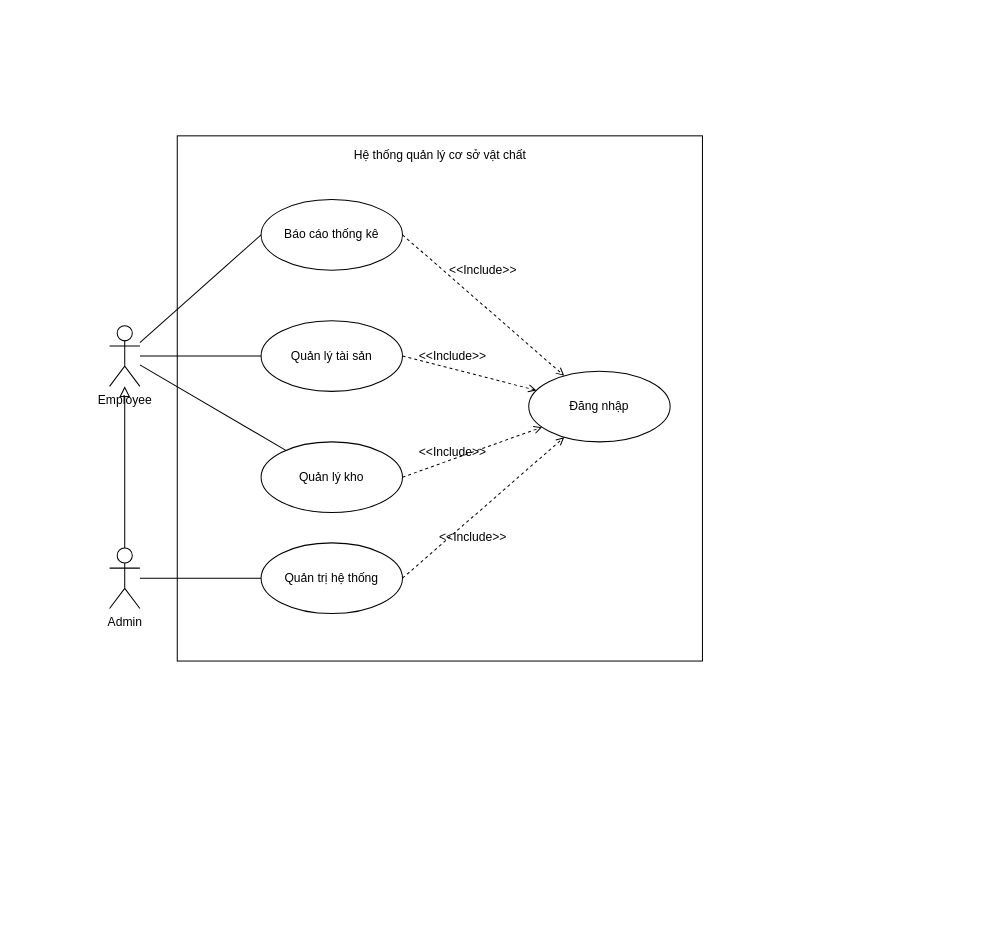
Earlier version of the draw.io diagram page "UC1" (1 of 5) of PJ 2B usecase diagram.drawio (LocalHost127000/OODA). Source tidied: cells renumbered, new cells numbered last; positions are measured from the earlier drawing's top-left corner, leaving out a move shared by most shapes. Both pictures are drawn from the tidied source at 101%, with x=0, y=0 at pixel (109, 135).
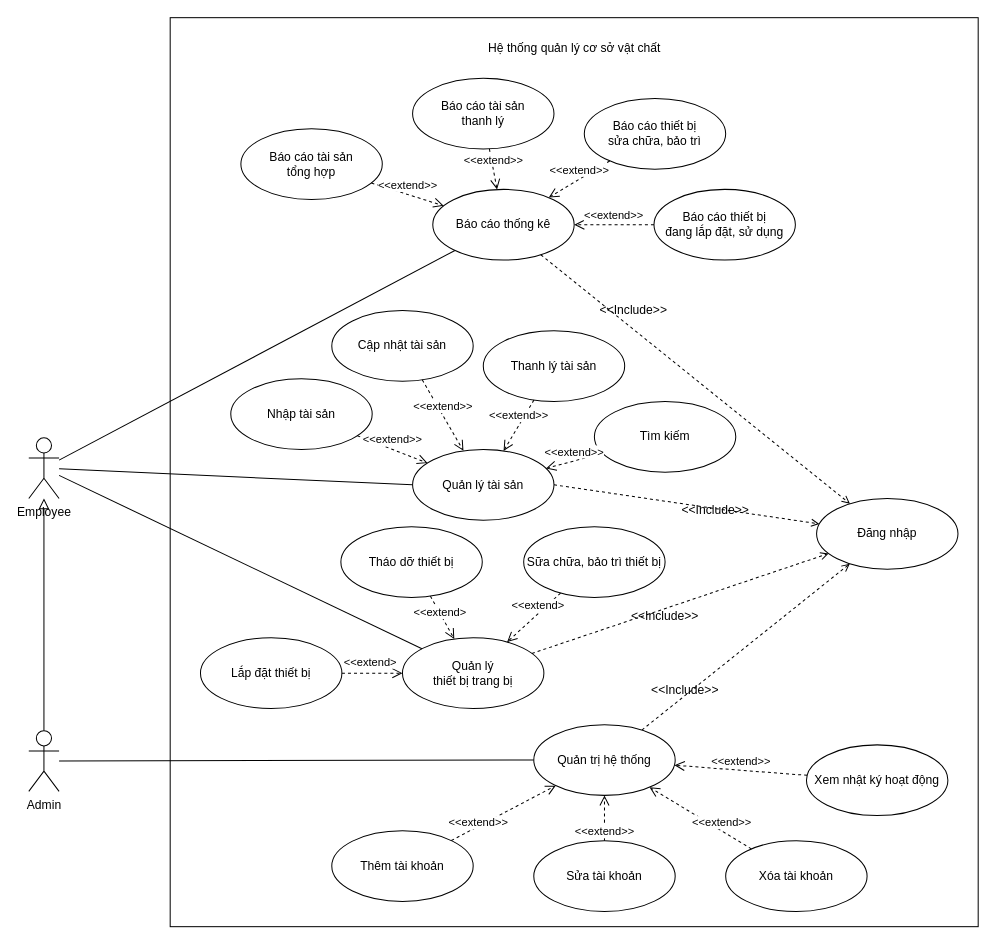
The same diagram, later.

The edit, as a diff of the source:
```diff
@@
     <mxCell id="2" style="rounded=0;whiteSpace=wrap;html=1;fillColor=none;" parent="1" vertex="1">
-      <mxGeometry x="67" width="520" height="520" as="geometry" />
+      <mxGeometry x="60" y="-117" width="800" height="900" as="geometry" />
     </mxCell>
@@
     <mxCell id="5" value="Admin" style="shape=umlActor;verticalLabelPosition=bottom;verticalAlign=top;html=1;outlineConnect=0;" parent="1" vertex="1">
-      <mxGeometry y="408" width="30" height="60" as="geometry" />
+      <mxGeometry x="-80" y="589" width="30" height="60" as="geometry" />
     </mxCell>
-    <mxCell id="6" style="edgeStyle=none;rounded=0;jettySize=auto;html=1;entryX=0;entryY=0.5;entryDx=0;entryDy=0;startSize=6;endArrow=none;endFill=0;strokeWidth=1;" parent="1" edge="1" source="7" target="13">
+    <mxCell id="6" style="edgeStyle=none;rounded=0;jettySize=auto;html=1;startSize=6;endArrow=none;endFill=0;strokeWidth=1;" parent="1" edge="1" source="7" target="13">
       <mxGeometry relative="1" as="geometry" />
     </mxCell>
     <mxCell id="7" value="Employee" style="shape=umlActor;verticalLabelPosition=bottom;verticalAlign=top;html=1;outlineConnect=0;" parent="1" vertex="1">
-      <mxGeometry y="188" width="30" height="60" as="geometry" />
+      <mxGeometry x="-80" y="299" width="30" height="60" as="geometry" />
     </mxCell>
-    <mxCell id="8" style="edgeStyle=none;rounded=0;jettySize=auto;html=1;startSize=6;endArrow=open;endFill=0;strokeWidth=1;exitX=1;exitY=0.5;exitDx=0;exitDy=0;dashed=1;" parent="1" edge="1" source="9" target="16">
+    <mxCell id="8" style="edgeStyle=none;rounded=0;jettySize=auto;html=1;startSize=6;endArrow=open;endFill=0;strokeWidth=1;dashed=1;" parent="1" edge="1" source="9" target="16">
       <mxGeometry relative="1" as="geometry" />
     </mxCell>
     <mxCell id="9" value="Quản trị hệ thống" style="ellipse;whiteSpace=wrap;html=1;" parent="1" vertex="1">
-      <mxGeometry x="150" y="403" width="140" height="70" as="geometry" />
+      <mxGeometry x="420" y="583" width="140" height="70" as="geometry" />
     </mxCell>
-    <mxCell id="10" style="edgeStyle=none;rounded=0;jettySize=auto;html=1;exitX=1;exitY=0.5;exitDx=0;exitDy=0;dashed=1;startSize=6;endArrow=open;endFill=0;strokeWidth=1;" parent="1" edge="1" source="11" target="16">
+    <mxCell id="10" style="edgeStyle=none;rounded=0;jettySize=auto;html=1;dashed=1;startSize=6;endArrow=open;endFill=0;strokeWidth=1;exitX=1;exitY=0.5;exitDx=0;exitDy=0;" parent="1" edge="1" source="15" target="16">
       <mxGeometry relative="1" as="geometry" />
     </mxCell>
-    <mxCell id="11" value="Quản lý tài sản" style="ellipse;whiteSpace=wrap;html=1;" parent="1" vertex="1">
-      <mxGeometry x="150" y="183" width="140" height="70" as="geometry" />
-    </mxCell>
-    <mxCell id="12" style="edgeStyle=none;rounded=0;jettySize=auto;html=1;dashed=1;startSize=6;endArrow=open;endFill=0;strokeWidth=1;exitX=1;exitY=0.5;exitDx=0;exitDy=0;" parent="1" edge="1" source="13" target="16">
+    <mxCell id="12" style="edgeStyle=none;rounded=0;jettySize=auto;html=1;dashed=1;startSize=6;endArrow=open;endFill=0;strokeWidth=1;" parent="1" edge="1" source="13" target="16">
       <mxGeometry relative="1" as="geometry" />
     </mxCell>
     <mxCell id="13" value="Báo cáo thống kê" style="ellipse;whiteSpace=wrap;html=1;" parent="1" vertex="1">
-      <mxGeometry x="150" y="63" width="140" height="70" as="geometry" />
+      <mxGeometry x="320" y="53" width="140" height="70" as="geometry" />
     </mxCell>
-    <mxCell id="14" style="edgeStyle=none;rounded=0;jettySize=auto;html=1;dashed=1;startSize=6;endArrow=open;endFill=0;strokeWidth=1;exitX=1;exitY=0.5;exitDx=0;exitDy=0;" parent="1" edge="1" source="15" target="16">
+    <mxCell id="14" style="edgeStyle=none;rounded=0;jettySize=auto;html=1;dashed=1;startSize=6;endArrow=open;endFill=0;strokeWidth=1;" parent="1" edge="1" source="27" target="16">
       <mxGeometry relative="1" as="geometry" />
     </mxCell>
-    <mxCell id="15" value="Quản lý kho" style="ellipse;whiteSpace=wrap;html=1;" parent="1" vertex="1">
-      <mxGeometry x="150" y="303" width="140" height="70" as="geometry" />
+    <mxCell id="15" value="Quản lý tài sản" style="ellipse;whiteSpace=wrap;html=1;" parent="1" vertex="1">
+      <mxGeometry x="300" y="310.5" width="140" height="70" as="geometry" />
     </mxCell>
     <mxCell id="16" value="Đăng nhập" style="ellipse;whiteSpace=wrap;html=1;" parent="1" vertex="1">
-      <mxGeometry x="415" y="233" width="140" height="70" as="geometry" />
+      <mxGeometry x="700" y="359" width="140" height="70" as="geometry" />
     </mxCell>
     <mxCell id="17" value="&amp;lt;&amp;lt;Include&amp;gt;&amp;gt;" style="text;html=1;strokeColor=none;fillColor=none;align=center;verticalAlign=middle;whiteSpace=wrap;rounded=0;" parent="1" vertex="1">
-      <mxGeometry x="350" y="123" width="40" height="20" as="geometry" />
+      <mxGeometry x="550" y="539" width="40" height="20" as="geometry" />
     </mxCell>
     <mxCell id="18" value="&amp;lt;&amp;lt;Include&amp;gt;&amp;gt;" style="text;html=1;strokeColor=none;fillColor=none;align=center;verticalAlign=middle;whiteSpace=wrap;rounded=0;" parent="1" vertex="1">
-      <mxGeometry x="340" y="388" width="40" height="20" as="geometry" />
+      <mxGeometry x="530" y="466" width="40" height="20" as="geometry" />
     </mxCell>
     <mxCell id="19" value="&amp;lt;&amp;lt;Include&amp;gt;&amp;gt;" style="text;html=1;strokeColor=none;fillColor=none;align=center;verticalAlign=middle;whiteSpace=wrap;rounded=0;" parent="1" vertex="1">
-      <mxGeometry x="320" y="208" width="40" height="20" as="geometry" />
+      <mxGeometry x="580" y="360.5" width="40" height="20" as="geometry" />
     </mxCell>
     <mxCell id="20" value="&amp;lt;&amp;lt;Include&amp;gt;&amp;gt;" style="text;html=1;strokeColor=none;fillColor=none;align=center;verticalAlign=middle;whiteSpace=wrap;rounded=0;" parent="1" vertex="1">
-      <mxGeometry x="320" y="303" width="40" height="20" as="geometry" />
+      <mxGeometry x="499" y="163" width="40" height="20" as="geometry" />
     </mxCell>
     <mxCell id="21" value="Hệ thống quản lý cơ sở vật chất" style="text;html=1;strokeColor=none;fillColor=none;align=center;verticalAlign=middle;whiteSpace=wrap;rounded=0;" parent="1" vertex="1">
-      <mxGeometry x="212.5" y="9" width="229" height="20" as="geometry" />
+      <mxGeometry x="345.5" y="-97" width="229" height="20" as="geometry" />
     </mxCell>
-    <mxCell id="22" style="endArrow=none;html=1;strokeWidth=1;" parent="1" edge="1" source="11" target="7">
+    <mxCell id="22" style="endArrow=none;html=1;strokeWidth=1;" parent="1" edge="1" source="27" target="7">
       <mxGeometry relative="1" as="geometry" />
     </mxCell>
-    <mxCell id="23" style="endArrow=none;html=1;strokeWidth=1;" parent="1" edge="1" source="7" target="15">
+    <mxCell id="23" style="endArrow=none;html=1;strokeWidth=1;entryX=0;entryY=0.5;entryDx=0;entryDy=0;" parent="1" edge="1" source="7" target="15">
       <mxGeometry relative="1" as="geometry" />
     </mxCell>
+    <mxCell id="24" value="Lắp đặt thiết bị" style="ellipse;whiteSpace=wrap;html=1;fillColor=none;" parent="1" vertex="1">
+      <mxGeometry x="90" y="497" width="140" height="70" as="geometry" />
+    </mxCell>
+    <mxCell id="25" value="Tháo dỡ thiết bị" style="ellipse;whiteSpace=wrap;html=1;fillColor=none;" parent="1" vertex="1">
+      <mxGeometry x="229" y="387" width="140" height="70" as="geometry" />
+    </mxCell>
+    <mxCell id="26" value="Sữa chữa, bảo trì thiết bị" style="ellipse;whiteSpace=wrap;html=1;fillColor=none;" parent="1" vertex="1">
+      <mxGeometry x="410" y="387" width="140" height="70" as="geometry" />
+    </mxCell>
+    <mxCell id="27" value="Quản lý&lt;br&gt;thiết bị trang bị" style="ellipse;whiteSpace=wrap;html=1;fillColor=none;" parent="1" vertex="1">
+      <mxGeometry x="290" y="497" width="140" height="70" as="geometry" />
+    </mxCell>
+    <mxCell id="28" value="&amp;lt;&amp;lt;extend&amp;gt;" style="html=1;verticalAlign=bottom;endArrow=open;dashed=1;endSize=8;strokeWidth=1;" parent="1" edge="1" source="24" target="27">
+      <mxGeometry x="-0.06" y="2" relative="1" as="geometry" />
+    </mxCell>
+    <mxCell id="29" value="&amp;lt;&amp;lt;extend&amp;gt;" style="html=1;verticalAlign=bottom;endArrow=open;dashed=1;endSize=8;strokeWidth=1;" parent="1" edge="1" source="25" target="27">
+      <mxGeometry x="0.1" y="-4" relative="1" as="geometry" />
+    </mxCell>
+    <mxCell id="30" value="&amp;lt;&amp;lt;extend&amp;gt;" style="html=1;verticalAlign=bottom;endArrow=open;dashed=1;endSize=8;strokeWidth=1;" parent="1" edge="1" source="26" target="27">
+      <mxGeometry x="-0.15" y="1" relative="1" as="geometry" />
+    </mxCell>
+    <mxCell id="31" value="Cập nhật&amp;nbsp;tài sản" style="ellipse;whiteSpace=wrap;html=1;fillColor=none;" parent="1" vertex="1">
+      <mxGeometry x="220" y="173" width="140" height="70" as="geometry" />
+    </mxCell>
+    <mxCell id="32" value="Nhập tài sản" style="ellipse;whiteSpace=wrap;html=1;fillColor=none;" parent="1" vertex="1">
+      <mxGeometry x="120" y="240.5" width="140" height="70" as="geometry" />
+    </mxCell>
+    <mxCell id="33" value="&amp;lt;&amp;lt;extend&amp;gt;&amp;gt;" style="html=1;verticalAlign=bottom;endArrow=open;dashed=1;endSize=8;strokeWidth=1;" parent="1" edge="1" source="32" target="15">
+      <mxGeometry relative="1" as="geometry" />
+    </mxCell>
+    <mxCell id="34" value="&amp;lt;&amp;lt;extend&amp;gt;&amp;gt;" style="html=1;verticalAlign=bottom;endArrow=open;dashed=1;endSize=8;strokeWidth=1;" parent="1" edge="1" source="31" target="15">
+      <mxGeometry relative="1" as="geometry" />
+    </mxCell>
+    <mxCell id="35" value="Thanh lý tài sản" style="ellipse;whiteSpace=wrap;html=1;" parent="1" vertex="1">
+      <mxGeometry x="370" y="193" width="140" height="70" as="geometry" />
+    </mxCell>
+    <mxCell id="36" value="&amp;lt;&amp;lt;extend&amp;gt;&amp;gt;" style="html=1;verticalAlign=bottom;endArrow=open;dashed=1;endSize=8;strokeWidth=1;" parent="1" edge="1" source="35" target="15">
+      <mxGeometry relative="1" as="geometry" />
+    </mxCell>
+    <mxCell id="37" value="Báo cáo tài sản&lt;br&gt;tổng hợp" style="ellipse;whiteSpace=wrap;html=1;" parent="1" vertex="1">
+      <mxGeometry x="130" y="-7" width="140" height="70" as="geometry" />
+    </mxCell>
+    <mxCell id="38" value="Báo cáo tài sản&lt;br&gt;thanh lý" style="ellipse;whiteSpace=wrap;html=1;" parent="1" vertex="1">
+      <mxGeometry x="300" y="-57" width="140" height="70" as="geometry" />
+    </mxCell>
+    <mxCell id="39" value="Báo cáo thiết bị&lt;br&gt;sửa chữa, bảo trì" style="ellipse;whiteSpace=wrap;html=1;" parent="1" vertex="1">
+      <mxGeometry x="470" y="-37" width="140" height="70" as="geometry" />
+    </mxCell>
+    <mxCell id="40" value="Báo cáo thiết bị&lt;br&gt;đang lắp đặt, sử dụng" style="ellipse;whiteSpace=wrap;html=1;" parent="1" vertex="1">
+      <mxGeometry x="539" y="53" width="140" height="70" as="geometry" />
+    </mxCell>
+    <mxCell id="41" value="&amp;lt;&amp;lt;extend&amp;gt;&amp;gt;" style="html=1;verticalAlign=bottom;endArrow=open;dashed=1;endSize=8;strokeWidth=1;" parent="1" edge="1" source="37" target="13">
+      <mxGeometry relative="1" as="geometry" />
+    </mxCell>
+    <mxCell id="42" value="&amp;lt;&amp;lt;extend&amp;gt;&amp;gt;" style="html=1;verticalAlign=bottom;endArrow=open;dashed=1;endSize=8;strokeWidth=1;" parent="1" edge="1" source="38" target="13">
+      <mxGeometry relative="1" as="geometry" />
+    </mxCell>
+    <mxCell id="43" value="&amp;lt;&amp;lt;extend&amp;gt;&amp;gt;" style="html=1;verticalAlign=bottom;endArrow=open;dashed=1;endSize=8;strokeWidth=1;" parent="1" edge="1" source="39" target="13">
+      <mxGeometry relative="1" as="geometry" />
+    </mxCell>
+    <mxCell id="44" value="&amp;lt;&amp;lt;extend&amp;gt;&amp;gt;" style="html=1;verticalAlign=bottom;endArrow=open;dashed=1;endSize=8;strokeWidth=1;" parent="1" edge="1" source="40" target="13">
+      <mxGeometry relative="1" as="geometry" />
+    </mxCell>
+    <mxCell id="45" value="Xem nhật ký hoạt động" style="ellipse;whiteSpace=wrap;html=1;fillColor=none;" parent="1" vertex="1">
+      <mxGeometry x="690" y="603" width="140" height="70" as="geometry" />
+    </mxCell>
+    <mxCell id="46" value="Thêm tài khoản" style="ellipse;whiteSpace=wrap;html=1;fillColor=none;" parent="1" vertex="1">
+      <mxGeometry x="220" y="688" width="140" height="70" as="geometry" />
+    </mxCell>
+    <mxCell id="47" value="Sửa tài khoản" style="ellipse;whiteSpace=wrap;html=1;fillColor=none;" parent="1" vertex="1">
+      <mxGeometry x="420" y="698" width="140" height="70" as="geometry" />
+    </mxCell>
+    <mxCell id="48" value="Xóa tài khoản" style="ellipse;whiteSpace=wrap;html=1;fillColor=none;" parent="1" vertex="1">
+      <mxGeometry x="610" y="698" width="140" height="70" as="geometry" />
+    </mxCell>
+    <mxCell id="49" value="&amp;lt;&amp;lt;extend&amp;gt;&amp;gt;" style="html=1;verticalAlign=bottom;endArrow=open;dashed=1;endSize=8;strokeWidth=1;" parent="1" edge="1" source="46" target="9">
+      <mxGeometry x="-0.53" y="-6" relative="1" as="geometry">
+        <mxPoint y="-1" as="offset" />
+      </mxGeometry>
+    </mxCell>
+    <mxCell id="50" value="&amp;lt;&amp;lt;extend&amp;gt;&amp;gt;" style="html=1;verticalAlign=bottom;endArrow=open;dashed=1;endSize=8;strokeWidth=1;" parent="1" edge="1" source="47" target="9">
+      <mxGeometry x="-1" relative="1" as="geometry">
+        <Array as="points">
+          <mxPoint x="490" y="688" />
+        </Array>
+      </mxGeometry>
+    </mxCell>
+    <mxCell id="51" value="&amp;lt;&amp;lt;extend&amp;gt;&amp;gt;" style="html=1;verticalAlign=bottom;endArrow=open;dashed=1;endSize=8;strokeWidth=1;" parent="1" edge="1" source="45" target="9">
+      <mxGeometry relative="1" as="geometry" />
+    </mxCell>
+    <mxCell id="52" value="&amp;lt;&amp;lt;extend&amp;gt;&amp;gt;" style="html=1;verticalAlign=bottom;endArrow=open;dashed=1;endSize=8;strokeWidth=1;" parent="1" edge="1" source="48" target="9">
+      <mxGeometry x="-0.42" y="1" relative="1" as="geometry" />
+    </mxCell>
+    <mxCell id="53" value="Tìm kiếm" style="ellipse;whiteSpace=wrap;html=1;" parent="1" vertex="1">
+      <mxGeometry x="480" y="263" width="140" height="70" as="geometry" />
+    </mxCell>
+    <mxCell id="54" value="&amp;lt;&amp;lt;extend&amp;gt;&amp;gt;" style="html=1;verticalAlign=bottom;endArrow=open;dashed=1;endSize=8;strokeWidth=1;" parent="1" edge="1" source="53" target="15">
+      <mxGeometry relative="1" as="geometry" />
+    </mxCell>
```
